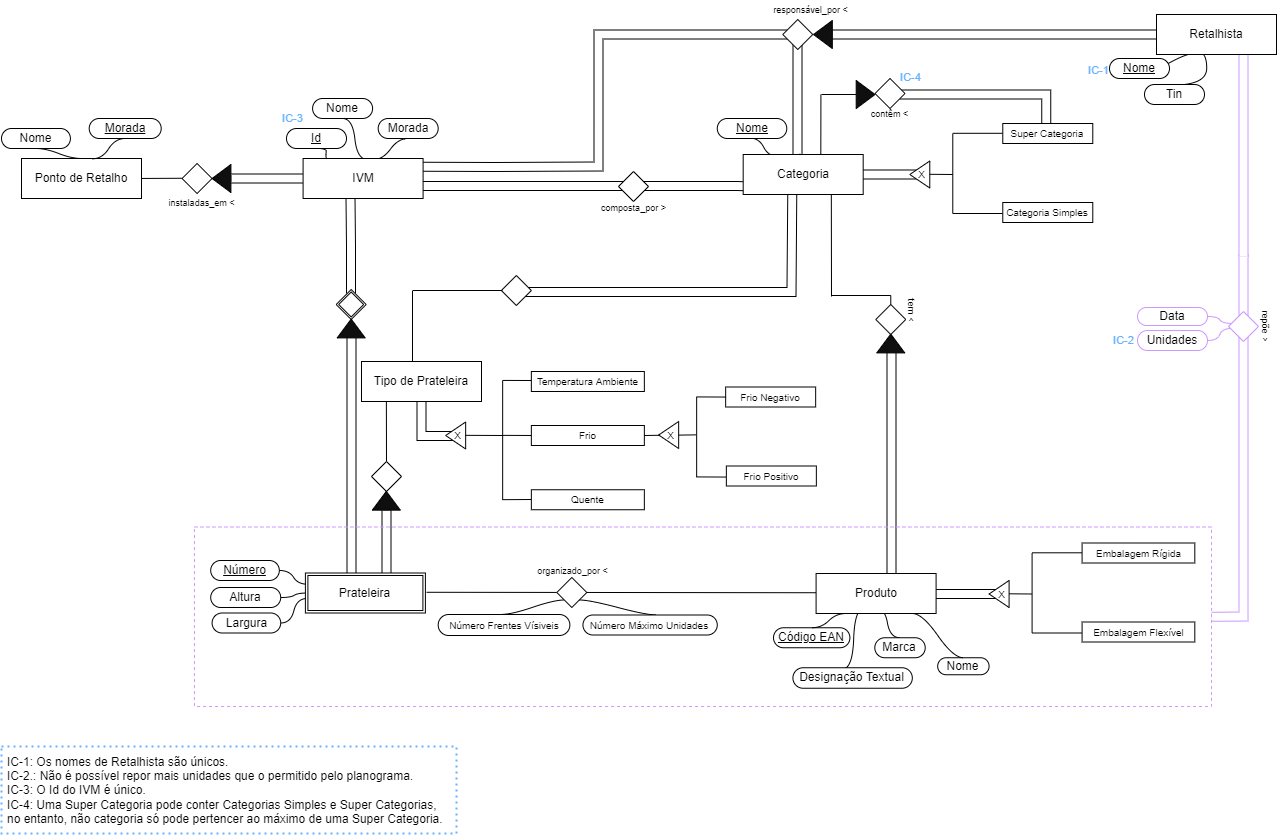
This is Untitled Diagram.drawio.png from raquelfmcardoso/bd-2021-2022-project0102, a draw.io export, as it was before one commit. Source tidied: cells renumbered, new cells last; positions are measured from the earlier drawing's top-left corner, leaving out a move shared by most shapes.
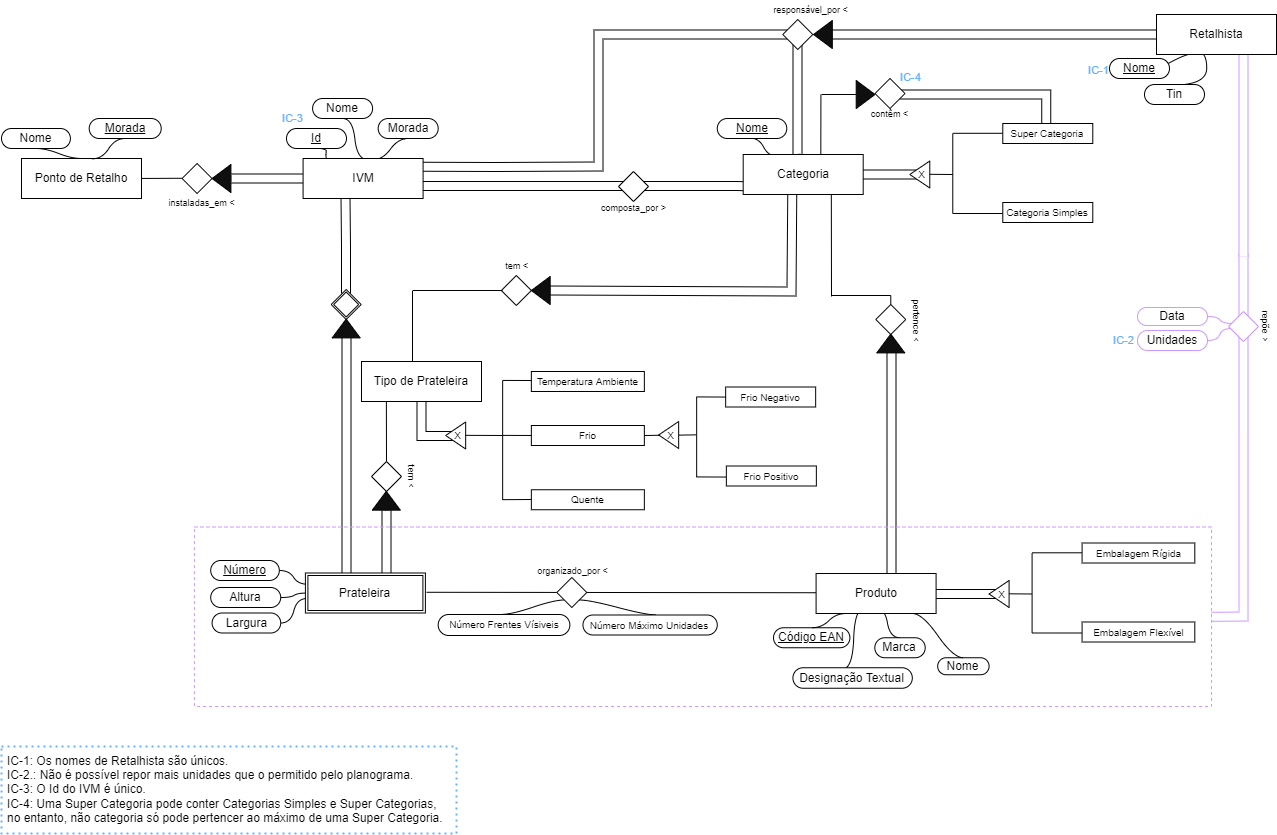
Above is the later version.

Commit message:
Retoques Tipo Prateleira proj.drawio.png

What changed in the source:
```diff
@@ -17,9 +17,8 @@
         </Array>
       </mxGeometry>
     </mxCell>
-    <mxCell id="4" style="shape=filledEdge;rounded=0;fixDash=1;endArrow=none;strokeWidth=10;fillColor=#ffffff;edgeStyle=orthogonalEdgeStyle;fontFamily=Helvetica;fontSize=9;entryX=0.409;entryY=1.012;entryDx=0;entryDy=0;entryPerimeter=0;" parent="1" edge="1" target="83">
+    <mxCell id="4" style="shape=filledEdge;rounded=0;fixDash=1;endArrow=none;strokeWidth=10;fillColor=#ffffff;edgeStyle=orthogonalEdgeStyle;fontFamily=Helvetica;fontSize=9;entryX=0.409;entryY=1.012;entryDx=0;entryDy=0;entryPerimeter=0;" parent="1" edge="1" source="140" target="83">
       <mxGeometry relative="1" as="geometry">
-        <mxPoint x="524" y="291.5" as="sourcePoint" />
         <Array as="points">
           <mxPoint x="790" y="291" />
           <mxPoint x="791" y="291" />
@@ -42,11 +41,11 @@
     </mxCell>
     <mxCell id="8" style="shape=filledEdge;rounded=0;fixDash=1;endArrow=none;strokeWidth=10;fillColor=#ffffff;edgeStyle=orthogonalEdgeStyle;fontFamily=Helvetica;fontSize=9;entryX=0;entryY=0.5;entryDx=0;entryDy=0;" parent="1" edge="1">
       <mxGeometry relative="1" as="geometry">
-        <mxPoint x="350" y="576" as="sourcePoint" />
-        <mxPoint x="351.7" y="337.4" as="targetPoint" />
+        <mxPoint x="345" y="576" as="sourcePoint" />
+        <mxPoint x="346.7" y="337.4" as="targetPoint" />
         <Array as="points">
-          <mxPoint x="350" y="485" />
-          <mxPoint x="350" y="337" />
+          <mxPoint x="345" y="485" />
+          <mxPoint x="345" y="337" />
         </Array>
       </mxGeometry>
     </mxCell>
@@ -188,11 +187,11 @@
     </mxCell>
     <mxCell id="32" style="shape=filledEdge;rounded=0;fixDash=1;endArrow=none;strokeWidth=10;fillColor=#ffffff;edgeStyle=orthogonalEdgeStyle;fontFamily=Helvetica;fontSize=9;entryX=0.253;entryY=0.966;entryDx=0;entryDy=0;entryPerimeter=0;" parent="1" edge="1">
       <mxGeometry relative="1" as="geometry">
-        <mxPoint x="349.4" y="293" as="sourcePoint" />
-        <mxPoint x="349" y="196.6" as="targetPoint" />
+        <mxPoint x="344.4" y="293" as="sourcePoint" />
+        <mxPoint x="344" y="196.6" as="targetPoint" />
         <Array as="points">
-          <mxPoint x="349" y="246" />
-          <mxPoint x="349" y="246" />
+          <mxPoint x="344" y="246" />
+          <mxPoint x="344" y="246" />
         </Array>
       </mxGeometry>
     </mxCell>
@@ -328,10 +327,10 @@
       <mxGeometry x="814.6" y="573" width="120" height="40" as="geometry" />
     </mxCell>
     <mxCell id="69" style="rhombus;whiteSpace=wrap;html=1;fontFamily=Helvetica;" parent="1" vertex="1">
-      <mxGeometry x="334.7" y="289" width="30" height="30" as="geometry" />
+      <mxGeometry x="329.7" y="289" width="30" height="30" as="geometry" />
     </mxCell>
     <mxCell id="70" style="rhombus;whiteSpace=wrap;html=1;fontFamily=Helvetica;" parent="1" vertex="1">
-      <mxGeometry x="337.2" y="291.5" width="25" height="25" as="geometry" />
+      <mxGeometry x="332.2" y="291.5" width="25" height="25" as="geometry" />
     </mxCell>
     <mxCell id="71" value="IVM" style="rounded=0;whiteSpace=wrap;html=1;fontFamily=Helvetica;" parent="1" vertex="1">
       <mxGeometry x="301.6" y="158" width="120" height="40" as="geometry" />
@@ -366,7 +365,7 @@
       <mxGeometry x="210.6" y="612.5" width="68.6" height="20" as="geometry" />
     </mxCell>
     <mxCell id="81" style="triangle;whiteSpace=wrap;html=1;fontFamily=Helvetica;fillColor=#0F0F0F;rotation=-90;" parent="1" vertex="1">
-      <mxGeometry x="340.3" y="314" width="18.8" height="28" as="geometry" />
+      <mxGeometry x="335.3" y="314" width="18.8" height="28" as="geometry" />
     </mxCell>
     <mxCell id="82" style="triangle;whiteSpace=wrap;html=1;fontFamily=Helvetica;fillColor=#0F0F0F;rotation=-180;" parent="1" vertex="1">
       <mxGeometry x="210.6" y="164" width="18.8" height="28" as="geometry" />
@@ -479,8 +478,8 @@
     <mxCell id="108" style="rhombus;whiteSpace=wrap;html=1;fontFamily=Helvetica;" parent="1" vertex="1">
       <mxGeometry x="874.3" y="304" width="30" height="30" as="geometry" />
     </mxCell>
-    <mxCell id="109" value="tem &amp;lt;" style="text;html=1;align=center;verticalAlign=middle;strokeColor=none;fillColor=none;fontSize=9;fontFamily=Helvetica;rotation=90;" parent="1" vertex="1">
-      <mxGeometry x="890.3" y="300.5" width="40" height="20" as="geometry" />
+    <mxCell id="109" value="pertence &amp;lt;" style="text;html=1;align=center;verticalAlign=middle;strokeColor=none;fillColor=none;fontSize=9;fontFamily=Helvetica;rotation=90;" parent="1" vertex="1">
+      <mxGeometry x="884.6" y="310" width="60" height="20" as="geometry" />
     </mxCell>
     <mxCell id="110" value="Retalhista" style="rounded=0;whiteSpace=wrap;html=1;fontFamily=Helvetica;" parent="1" vertex="1">
       <mxGeometry x="1155" y="14" width="120" height="40" as="geometry" />
@@ -589,5 +588,14 @@
     <mxCell id="139" style="triangle;whiteSpace=wrap;html=1;fontFamily=Helvetica;fillColor=#0F0F0F;rotation=-90;" parent="1" vertex="1">
       <mxGeometry x="375.4" y="486.2" width="18.8" height="28" as="geometry" />
     </mxCell>
+    <mxCell id="140" style="triangle;whiteSpace=wrap;html=1;fontFamily=Helvetica;fillColor=#0F0F0F;rotation=-180;" parent="1" vertex="1">
+      <mxGeometry x="529.9" y="276" width="18.8" height="28" as="geometry" />
+    </mxCell>
+    <mxCell id="141" value="tem &amp;lt;" style="text;html=1;align=center;verticalAlign=middle;strokeColor=none;fillColor=none;fontSize=9;fontFamily=Helvetica;" parent="1" vertex="1">
+      <mxGeometry x="494.9" y="256" width="40" height="20" as="geometry" />
+    </mxCell>
+    <mxCell id="142" value="tem &amp;lt;" style="text;html=1;align=center;verticalAlign=middle;strokeColor=none;fillColor=none;fontSize=9;fontFamily=Helvetica;rotation=90;" parent="1" vertex="1">
+      <mxGeometry x="390.2" y="466" width="40" height="20" as="geometry" />
+    </mxCell>
   </root>
 </mxGraphModel>
```
